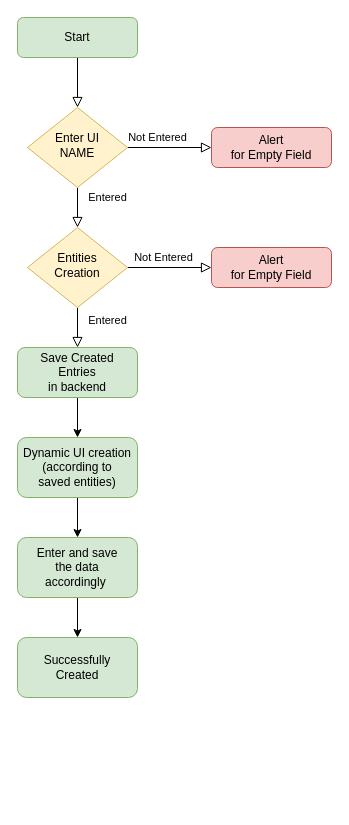
This is Untitled Diagram.drawio from MohitThakur001/FlowCharts, a draw.io file, before an edit. Source tidied: cells renumbered, new cells numbered last; positions are measured from the earlier drawing's top-left corner, leaving out a move shared by most shapes. Both pictures are drawn from the tidied source at 100%, with x=0, y=0 at pixel (17, 17).
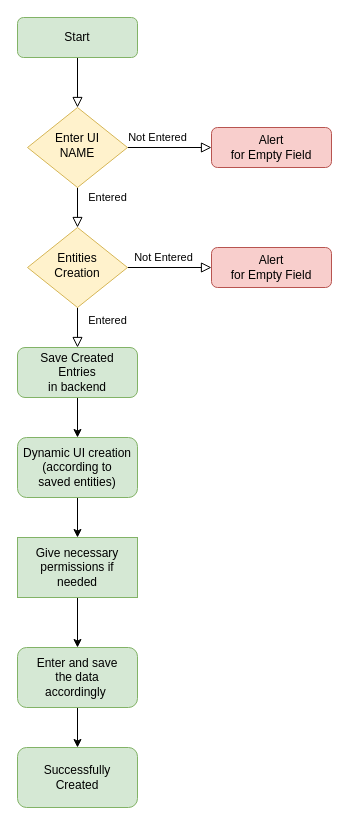
The same diagram, later.

The change refers to these unchanged cells:
```xml
<mxCell id="15" value="Dynamic UI creation&lt;br&gt;(according to &lt;br&gt;saved entities)" style="whiteSpace=wrap;html=1;rounded=1;glass=0;strokeWidth=1;shadow=0;fillColor=#d5e8d4;strokeColor=#82b366;" parent="1" vertex="1">
  <mxGeometry y="420" width="120" height="60" as="geometry" />
</mxCell>
```

Change to the diagram source:
```diff
@@
-    <mxCell id="14" style="edgeStyle=orthogonalEdgeStyle;rounded=0;jettySize=auto;html=1;" parent="1" edge="1" source="15" target="17">
-      <mxGeometry relative="1" as="geometry" />
-    </mxCell>
+    <mxCell id="19" style="edgeStyle=orthogonalEdgeStyle;rounded=0;jettySize=auto;html=1;entryX=0.5;entryY=0;entryDx=0;entryDy=0;" parent="1" edge="1" source="15" target="21">
+      <mxGeometry relative="1" as="geometry" />
+    </mxCell>
@@
     <mxCell id="17" value="Enter and save &lt;br&gt;the data&lt;br&gt;accordingly&amp;nbsp;" style="whiteSpace=wrap;html=1;rounded=1;glass=0;strokeWidth=1;shadow=0;fillColor=#d5e8d4;strokeColor=#82b366;" parent="1" vertex="1">
-      <mxGeometry y="520" width="120" height="60" as="geometry" />
+      <mxGeometry y="630" width="120" height="60" as="geometry" />
     </mxCell>
     <mxCell id="18" value="Successfully &lt;br&gt;Created" style="whiteSpace=wrap;html=1;rounded=1;glass=0;strokeWidth=1;shadow=0;fillColor=#d5e8d4;strokeColor=#82b366;" parent="1" vertex="1">
-      <mxGeometry y="620" width="120" height="60" as="geometry" />
+      <mxGeometry y="730" width="120" height="60" as="geometry" />
     </mxCell>
+    <mxCell id="20" style="edgeStyle=orthogonalEdgeStyle;rounded=0;jettySize=auto;html=1;entryX=0.5;entryY=0;entryDx=0;entryDy=0;" parent="1" edge="1" source="21" target="17">
+      <mxGeometry relative="1" as="geometry" />
+    </mxCell>
+    <mxCell id="21" value="Give necessary&lt;br&gt;permissions if &lt;br&gt;needed" style="rounded=0;whiteSpace=wrap;html=1;fillColor=#d5e8d4;strokeColor=#82b366;" parent="1" vertex="1">
+      <mxGeometry y="520" width="120" height="60" as="geometry" />
+    </mxCell>
```
